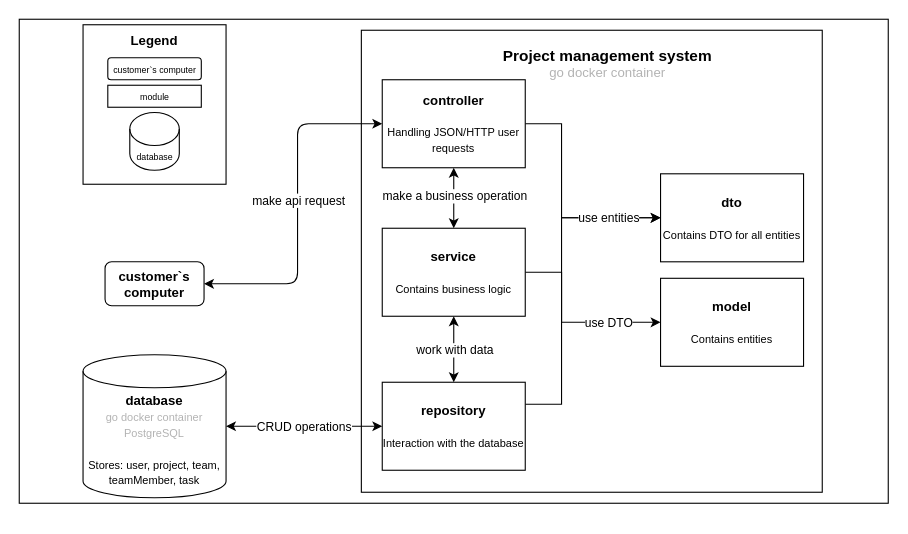
PavelNaymovets/project_management_system keeps this draw.io diagram as doc/arch/container/drawio/container diagram.drawio. Above is the earlier version. Source tidied: cells renumbered, new cells numbered last; positions are measured from the earlier drawing's top-left corner, leaving out a move shared by most shapes. Both pictures are drawn from the tidied source at 110%, with x=0, y=0 at pixel (19, 19).
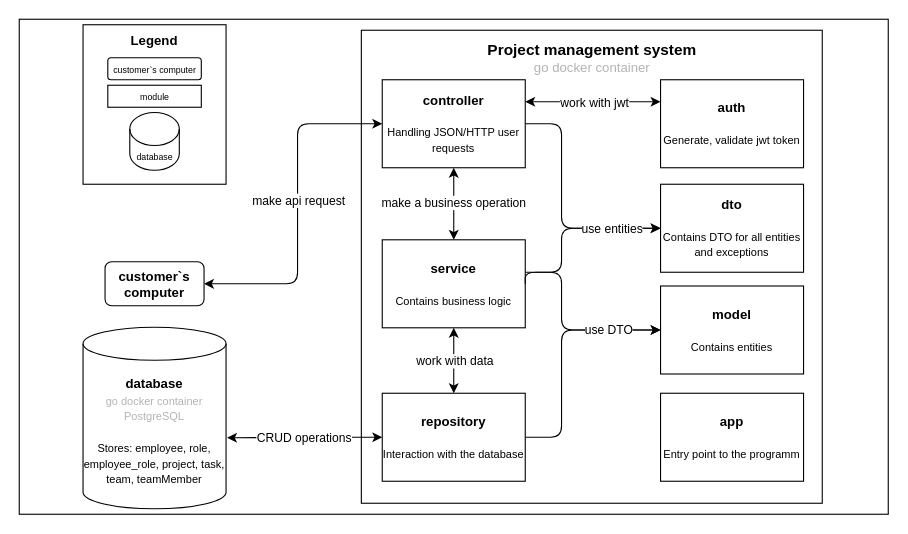
The same page after the edit.

Unchanged cells that the change refers to:
```xml
<mxCell id="10" value="&lt;font style=&quot;&quot;&gt;&lt;b style=&quot;&quot;&gt;&lt;font style=&quot;font-size: 12px;&quot;&gt;controller&lt;/font&gt;&lt;br&gt;&lt;/b&gt;&lt;br&gt;&lt;/font&gt;&lt;font style=&quot;font-size: 10px;&quot;&gt;Handling JSON/HTTP user requests&lt;br&gt;&lt;/font&gt;" style="rounded=0;whiteSpace=wrap;html=1;" parent="1" vertex="1">
  <mxGeometry x="330" y="55" width="130" height="80" as="geometry" />
</mxCell>
```

The edit, as a diff of the source:
```diff
@@
     <mxCell id="2" style="whiteSpace=wrap;html=1;" parent="1" vertex="1">
-      <mxGeometry width="790" height="440" as="geometry" />
+      <mxGeometry width="790" height="450" as="geometry" />
     </mxCell>
     <mxCell id="3" style="whiteSpace=wrap;html=1;" parent="1" vertex="1">
-      <mxGeometry x="311" y="10" width="419" height="420" as="geometry" />
+      <mxGeometry x="311" y="10" width="419" height="430" as="geometry" />
     </mxCell>
@@
-    <mxCell id="7" value="&lt;b&gt;database&lt;/b&gt;&lt;br&gt;&lt;font style=&quot;font-size: 10px;&quot;&gt;&lt;font color=&quot;#b3b3b3&quot;&gt;go docker container&lt;br&gt;PostgreSQL&lt;/font&gt;&lt;br&gt;&lt;br&gt;Stores:&amp;nbsp;user, project, team, teamMember, task&lt;br&gt;&lt;/font&gt;" style="shape=cylinder3;whiteSpace=wrap;html=1;boundedLbl=1;backgroundOutline=1;size=15;" parent="1" vertex="1">
-      <mxGeometry x="58" y="305" width="130" height="130" as="geometry" />
+    <mxCell id="7" value="&lt;b&gt;database&lt;/b&gt;&lt;br&gt;&lt;font style=&quot;font-size: 10px;&quot;&gt;&lt;font color=&quot;#b3b3b3&quot;&gt;go docker container&lt;br&gt;PostgreSQL&lt;/font&gt;&lt;br&gt;&lt;br&gt;Stores:&amp;nbsp;employee, role, employee_role, project, task, team, teamMember&lt;br&gt;&lt;/font&gt;" style="shape=cylinder3;whiteSpace=wrap;html=1;boundedLbl=1;backgroundOutline=1;size=15;" parent="1" vertex="1">
+      <mxGeometry x="58" y="280" width="130" height="165" as="geometry" />
     </mxCell>
@@
-    <mxCell id="9" style="edgeStyle=orthogonalEdgeStyle;rounded=0;jettySize=auto;html=1;entryX=0;entryY=0.5;entryDx=0;entryDy=0;" parent="1" edge="1" source="10" target="26">
-      <mxGeometry relative="1" as="geometry">
-        <Array as="points">
-          <mxPoint x="493" y="95" />
-          <mxPoint x="493" y="180" />
-        </Array>
-      </mxGeometry>
-    </mxCell>
@@
-    <mxCell id="12" style="edgeStyle=orthogonalEdgeStyle;rounded=0;jettySize=auto;html=1;entryX=0;entryY=0.5;entryDx=0;entryDy=0;" parent="1" edge="1" source="13" target="27">
+    <mxCell id="12" style="edgeStyle=orthogonalEdgeStyle;rounded=1;jettySize=auto;html=1;entryX=0;entryY=0.5;entryDx=0;entryDy=0;" parent="1" edge="1" source="13" target="27">
       <mxGeometry relative="1" as="geometry">
         <Array as="points">
           <mxPoint x="493" y="230" />
-          <mxPoint x="493" y="276" />
+          <mxPoint x="493" y="283" />
+          <mxPoint x="583" y="283" />
         </Array>
       </mxGeometry>
     </mxCell>
     <mxCell id="13" value="&lt;b&gt;service&lt;/b&gt;&lt;font style=&quot;font-size: 10px;&quot;&gt;&lt;font color=&quot;#b3b3b3&quot;&gt;&lt;br&gt;&lt;/font&gt;&lt;br&gt;&lt;/font&gt;&lt;font style=&quot;font-size: 10px;&quot;&gt;Contains business logic&lt;br&gt;&lt;/font&gt;" style="rounded=0;whiteSpace=wrap;html=1;" parent="1" vertex="1">
-      <mxGeometry x="330" y="190" width="130" height="80" as="geometry" />
+      <mxGeometry x="330" y="200.5" width="130" height="80" as="geometry" />
     </mxCell>
-    <mxCell id="14" style="edgeStyle=orthogonalEdgeStyle;rounded=0;jettySize=auto;html=1;exitX=1;exitY=0.25;exitDx=0;exitDy=0;entryX=0;entryY=0.5;entryDx=0;entryDy=0;" parent="1" edge="1" source="15" target="26">
+    <mxCell id="14" style="edgeStyle=orthogonalEdgeStyle;rounded=1;jettySize=auto;html=1;exitX=1;exitY=0.5;exitDx=0;exitDy=0;entryX=0;entryY=0.5;entryDx=0;entryDy=0;" parent="1" edge="1" source="15" target="27">
       <mxGeometry relative="1" as="geometry">
         <Array as="points">
-          <mxPoint x="493" y="350" />
-          <mxPoint x="493" y="181" />
+          <mxPoint x="493" y="380" />
+          <mxPoint x="493" y="283" />
+          <mxPoint x="583" y="283" />
         </Array>
       </mxGeometry>
     </mxCell>
     <mxCell id="15" value="&lt;b&gt;repository&lt;/b&gt;&lt;font style=&quot;font-size: 10px;&quot;&gt;&lt;font color=&quot;#b3b3b3&quot;&gt;&lt;br&gt;&lt;/font&gt;&lt;br&gt;&lt;/font&gt;&lt;font style=&quot;font-size: 10px;&quot;&gt;Interaction with the database&lt;br&gt;&lt;/font&gt;" style="rounded=0;whiteSpace=wrap;html=1;" parent="1" vertex="1">
-      <mxGeometry x="330" y="330" width="130" height="80" as="geometry" />
+      <mxGeometry x="330" y="340" width="130" height="80" as="geometry" />
     </mxCell>
-    <mxCell id="16" style="endArrow=classic;html=1;rounded=1;startArrow=classic;startFill=1;edgeStyle=orthogonalEdgeStyle;exitX=0;exitY=0.5;exitDx=0;exitDy=0;entryX=1;entryY=0.5;entryDx=0;entryDy=0;entryPerimeter=0;" parent="1" edge="1" source="15" target="7">
+    <mxCell id="16" style="endArrow=classic;html=1;rounded=1;startArrow=classic;startFill=1;edgeStyle=orthogonalEdgeStyle;exitX=0;exitY=0.5;exitDx=0;exitDy=0;entryX=1.007;entryY=0.609;entryDx=0;entryDy=0;entryPerimeter=0;" parent="1" edge="1" source="15" target="7">
       <mxGeometry relative="1" as="geometry" />
     </mxCell>
@@
     <mxCell id="18" value="&lt;font style=&quot;&quot;&gt;&lt;span style=&quot;font-size: 14px;&quot;&gt;Project management system&lt;/span&gt;&lt;br&gt;&lt;span style=&quot;font-weight: normal;&quot;&gt;&lt;font style=&quot;font-size: 12px;&quot; color=&quot;#b3b3b3&quot;&gt;go docker container&lt;/font&gt;&lt;/span&gt;&lt;br&gt;&lt;/font&gt;" style="text;html=1;strokeColor=none;fillColor=none;align=center;verticalAlign=middle;whiteSpace=wrap;rounded=0;fontStyle=1;" parent="1" vertex="1">
-      <mxGeometry x="410" y="25" width="250" height="30" as="geometry" />
+      <mxGeometry x="395.5" y="20" width="250" height="30" as="geometry" />
     </mxCell>
@@
     <mxCell id="24" value="make a business operation" style="edgeLabel;html=1;align=center;verticalAlign=middle;" parent="1" vertex="1">
-      <mxGeometry x="395" y="160" as="geometry" />
+      <mxGeometry x="394" y="166" as="geometry" />
     </mxCell>
     <mxCell id="25" value="work with data" style="edgeLabel;html=1;align=center;verticalAlign=middle;" parent="1" vertex="1">
-      <mxGeometry x="395" y="300" as="geometry" />
+      <mxGeometry x="395.5" y="310" as="geometry" />
     </mxCell>
-    <mxCell id="26" value="&lt;font style=&quot;&quot;&gt;&lt;b style=&quot;&quot;&gt;&lt;font style=&quot;font-size: 12px;&quot;&gt;dto&lt;/font&gt;&lt;/b&gt;&lt;br&gt;&lt;br&gt;&lt;span style=&quot;font-size: 10px;&quot;&gt;Contains DTO for all entities&lt;/span&gt;&lt;br&gt;&lt;/font&gt;" style="rounded=0;whiteSpace=wrap;html=1;" parent="1" vertex="1">
-      <mxGeometry x="583" y="140.5" width="130" height="80" as="geometry" />
-    </mxCell>
     <mxCell id="27" value="&lt;b&gt;model&lt;/b&gt;&lt;font style=&quot;font-size: 10px;&quot;&gt;&lt;font color=&quot;#b3b3b3&quot;&gt;&lt;br&gt;&lt;/font&gt;&lt;br&gt;&lt;/font&gt;&lt;font style=&quot;font-size: 10px;&quot;&gt;Contains entities&lt;br&gt;&lt;/font&gt;" style="rounded=0;whiteSpace=wrap;html=1;" parent="1" vertex="1">
-      <mxGeometry x="583" y="235.5" width="130" height="80" as="geometry" />
+      <mxGeometry x="583" y="242.5" width="130" height="80" as="geometry" />
     </mxCell>
+    <mxCell id="29" value="use DTO" style="edgeLabel;html=1;align=center;verticalAlign=middle;" parent="1" vertex="1">
+      <mxGeometry x="535" y="282.5" as="geometry" />
+    </mxCell>
+    <mxCell id="30" value="&lt;font style=&quot;&quot;&gt;&lt;b&gt;auth&lt;/b&gt;&lt;br&gt;&lt;br&gt;&lt;span style=&quot;font-size: 10px;&quot;&gt;Generate, validate jwt token&lt;/span&gt;&lt;br&gt;&lt;/font&gt;" style="rounded=0;whiteSpace=wrap;html=1;" parent="1" vertex="1">
+      <mxGeometry x="583" y="55" width="130" height="80" as="geometry" />
+    </mxCell>
+    <mxCell id="31" value="&lt;font style=&quot;&quot;&gt;&lt;b style=&quot;&quot;&gt;&lt;font style=&quot;font-size: 12px;&quot;&gt;dto&lt;/font&gt;&lt;/b&gt;&lt;br&gt;&lt;br&gt;&lt;span style=&quot;font-size: 10px;&quot;&gt;Contains DTO for all entities and exceptions&lt;/span&gt;&lt;br&gt;&lt;/font&gt;" style="rounded=0;whiteSpace=wrap;html=1;" parent="1" vertex="1">
+      <mxGeometry x="583" y="150" width="130" height="80" as="geometry" />
+    </mxCell>
+    <mxCell id="32" style="endArrow=classic;html=1;rounded=1;exitX=1;exitY=0.25;exitDx=0;exitDy=0;entryX=0;entryY=0.25;entryDx=0;entryDy=0;edgeStyle=orthogonalEdgeStyle;startArrow=classic;startFill=1;" parent="1" edge="1" source="10" target="30">
+      <mxGeometry relative="1" as="geometry" />
+    </mxCell>
+    <mxCell id="33" value="work with jwt" style="edgeLabel;html=1;align=center;verticalAlign=middle;" parent="32" vertex="1">
+      <mxGeometry relative="1" as="geometry" />
+    </mxCell>
+    <mxCell id="34" style="edgeStyle=orthogonalEdgeStyle;rounded=1;jettySize=auto;html=1;entryX=0;entryY=0.5;entryDx=0;entryDy=0;exitX=1;exitY=0.5;exitDx=0;exitDy=0;" parent="1" edge="1" source="13" target="31">
+      <mxGeometry relative="1" as="geometry">
+        <Array as="points">
+          <mxPoint x="493" y="230" />
+          <mxPoint x="493" y="190" />
+        </Array>
+      </mxGeometry>
+    </mxCell>
+    <mxCell id="35" style="edgeStyle=orthogonalEdgeStyle;rounded=1;jettySize=auto;html=1;entryX=0;entryY=0.5;entryDx=0;entryDy=0;exitX=1;exitY=0.5;exitDx=0;exitDy=0;" parent="1" edge="1" source="10">
+      <mxGeometry relative="1" as="geometry">
+        <mxPoint x="583" y="190" as="targetPoint" />
+        <Array as="points">
+          <mxPoint x="493" y="95" />
+          <mxPoint x="493" y="190" />
+        </Array>
+      </mxGeometry>
+    </mxCell>
     <mxCell id="28" value="use entities" style="edgeLabel;html=1;align=center;verticalAlign=middle;" parent="1" vertex="1">
-      <mxGeometry x="535" y="180.5" as="geometry" />
+      <mxGeometry x="544" y="212" as="geometry">
+        <mxPoint x="-6" y="-22" as="offset" />
+      </mxGeometry>
     </mxCell>
-    <mxCell id="29" value="use DTO" style="edgeLabel;html=1;align=center;verticalAlign=middle;" parent="1" vertex="1">
-      <mxGeometry x="535" y="275.5" as="geometry" />
-    </mxCell>
+    <mxCell id="36" value="&lt;font style=&quot;&quot;&gt;&lt;b&gt;app&lt;/b&gt;&lt;br&gt;&lt;br&gt;&lt;span style=&quot;font-size: 10px;&quot;&gt;Entry point to the programm&lt;/span&gt;&lt;br&gt;&lt;/font&gt;" style="rounded=0;whiteSpace=wrap;html=1;" parent="1" vertex="1">
+      <mxGeometry x="583" y="340" width="130" height="80" as="geometry" />
+    </mxCell>
```
